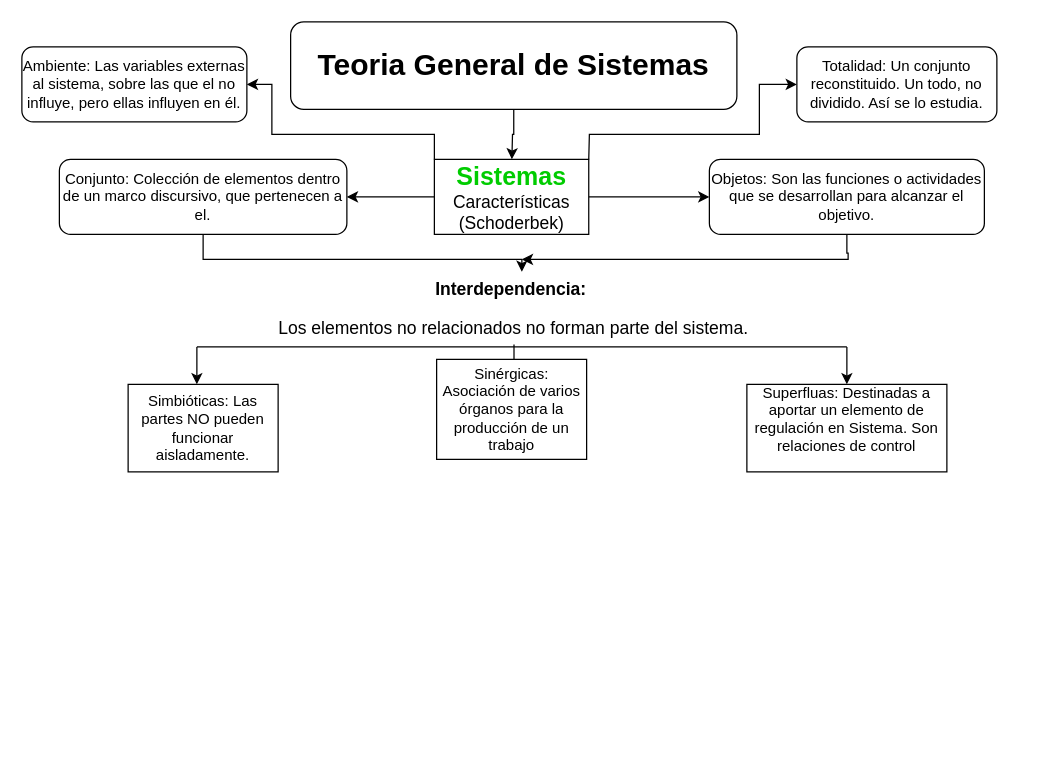
Before: Primer Parcial Sistemas.drawio in PsyKloX/nextjs-course, a draw.io diagram. Source tidied: cells renumbered, new cells numbered last; positions are measured from the earlier drawing's top-left corner, leaving out a move shared by most shapes. Both pictures are drawn from the tidied source at 125%, with x=0, y=0 at pixel (21, 21).
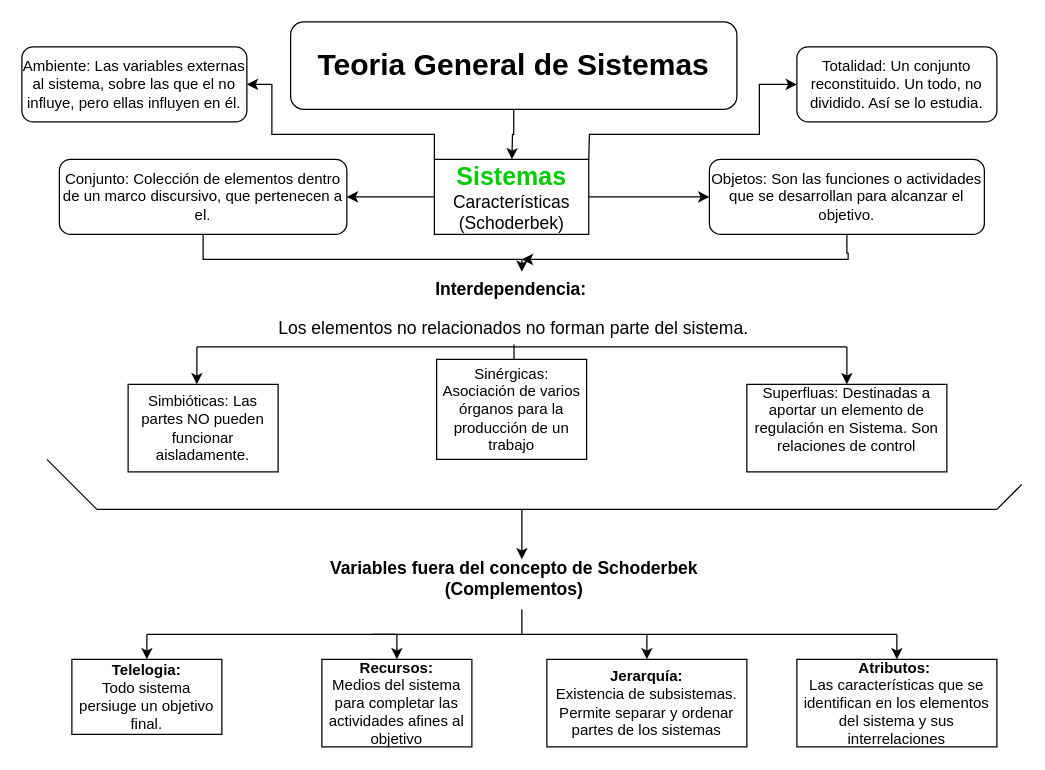
Above is the later version.

What changed in the source:
```diff
@@
+    <mxCell id="23" style="endArrow=none;html=1;rounded=0;" parent="1" edge="1">
+      <mxGeometry relative="1" as="geometry">
+        <mxPoint x="60" y="390" as="sourcePoint" />
+        <mxPoint x="780" y="390" as="targetPoint" />
+      </mxGeometry>
+    </mxCell>
+    <mxCell id="24" style="endArrow=none;html=1;rounded=0;" parent="1" edge="1">
+      <mxGeometry relative="1" as="geometry">
+        <mxPoint x="60" y="390" as="sourcePoint" />
+        <mxPoint x="20" y="350" as="targetPoint" />
+      </mxGeometry>
+    </mxCell>
+    <mxCell id="25" style="endArrow=none;html=1;rounded=0;" parent="1" edge="1">
+      <mxGeometry relative="1" as="geometry">
+        <mxPoint x="780" y="390" as="sourcePoint" />
+        <mxPoint x="800" y="370" as="targetPoint" />
+      </mxGeometry>
+    </mxCell>
+    <mxCell id="26" style="endArrow=classic;html=1;rounded=0;" parent="1" edge="1">
+      <mxGeometry relative="1" as="geometry">
+        <mxPoint x="400" y="390" as="sourcePoint" />
+        <mxPoint x="400" y="430" as="targetPoint" />
+      </mxGeometry>
+    </mxCell>
+    <mxCell id="27" value="&lt;font style=&quot;font-size: 14px;&quot;&gt;&lt;b&gt;Variables fuera del concepto de Schoderbek (Complementos)&lt;/b&gt;&lt;/font&gt;" style="text;html=1;align=center;verticalAlign=middle;whiteSpace=wrap;rounded=0;" parent="1" vertex="1">
+      <mxGeometry x="234" y="430" width="320" height="30" as="geometry" />
+    </mxCell>
+    <mxCell id="28" style="endArrow=none;html=1;rounded=0;" parent="1" edge="1">
+      <mxGeometry relative="1" as="geometry">
+        <mxPoint x="400" y="470" as="sourcePoint" />
+        <mxPoint x="400" y="490" as="targetPoint" />
+      </mxGeometry>
+    </mxCell>
+    <mxCell id="29" style="endArrow=none;html=1;rounded=0;" parent="1" edge="1">
+      <mxGeometry relative="1" as="geometry">
+        <mxPoint x="100" y="490" as="sourcePoint" />
+        <mxPoint x="700" y="490" as="targetPoint" />
+      </mxGeometry>
+    </mxCell>
+    <mxCell id="30" style="endArrow=classic;html=1;rounded=0;" parent="1" edge="1">
+      <mxGeometry relative="1" as="geometry">
+        <mxPoint x="280" y="490" as="sourcePoint" />
+        <mxPoint x="300" y="510" as="targetPoint" />
+        <Array as="points">
+          <mxPoint x="300" y="490" />
+        </Array>
+      </mxGeometry>
+    </mxCell>
+    <mxCell id="31" style="endArrow=classic;html=1;rounded=0;" parent="1" edge="1">
+      <mxGeometry relative="1" as="geometry">
+        <mxPoint x="100" y="490" as="sourcePoint" />
+        <mxPoint x="100" y="510" as="targetPoint" />
+      </mxGeometry>
+    </mxCell>
+    <mxCell id="32" style="endArrow=classic;html=1;rounded=0;" parent="1" edge="1">
+      <mxGeometry relative="1" as="geometry">
+        <mxPoint x="500" y="490" as="sourcePoint" />
+        <mxPoint x="500" y="510" as="targetPoint" />
+      </mxGeometry>
+    </mxCell>
+    <mxCell id="33" style="endArrow=classic;html=1;rounded=0;" parent="1" edge="1">
+      <mxGeometry relative="1" as="geometry">
+        <mxPoint x="700" y="490" as="sourcePoint" />
+        <mxPoint x="700" y="510" as="targetPoint" />
+      </mxGeometry>
+    </mxCell>
+    <mxCell id="34" value="&lt;b&gt;Atributos:&amp;nbsp;&lt;/b&gt;&lt;div&gt;Las características que se identifican en los elementos del sistema y sus interrelaciones&lt;/div&gt;" style="rounded=0;whiteSpace=wrap;html=1;" parent="1" vertex="1">
+      <mxGeometry x="620" y="510" width="160" height="70" as="geometry" />
+    </mxCell>
+    <mxCell id="35" value="&lt;b&gt;Telelogia:&lt;/b&gt;&lt;div&gt;Todo sistema persiuge un objetivo final.&lt;/div&gt;" style="rounded=0;whiteSpace=wrap;html=1;" parent="1" vertex="1">
+      <mxGeometry x="40" y="510" width="120" height="60" as="geometry" />
+    </mxCell>
+    <mxCell id="36" value="&lt;b&gt;Recursos:&lt;/b&gt;&lt;div&gt;Medios del sistema para completar las actividades afines al objetivo&lt;/div&gt;" style="rounded=0;whiteSpace=wrap;html=1;" parent="1" vertex="1">
+      <mxGeometry x="240" y="510" width="120" height="70" as="geometry" />
+    </mxCell>
+    <mxCell id="37" value="&lt;b&gt;Jerarquía:&lt;/b&gt;&lt;div&gt;Existencia de subsistemas. Permite separar y ordenar partes de los sistemas&lt;/div&gt;" style="rounded=0;whiteSpace=wrap;html=1;" parent="1" vertex="1">
+      <mxGeometry x="420" y="510" width="160" height="70" as="geometry" />
+    </mxCell>
```
